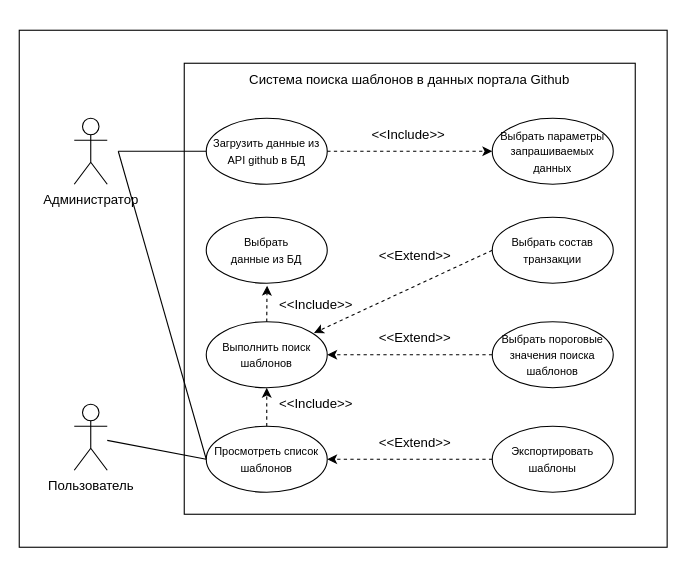
This is docs/Диаграмма вариантов использования.drawio from Santiperro/final-qualifying-work, a draw.io file, before an edit. Source tidied: cells renumbered, new cells numbered last; positions are measured from the earlier drawing's top-left corner, leaving out a move shared by most shapes. Both pictures are drawn from the tidied source at 110%, with x=0, y=0 at pixel (19, 30).
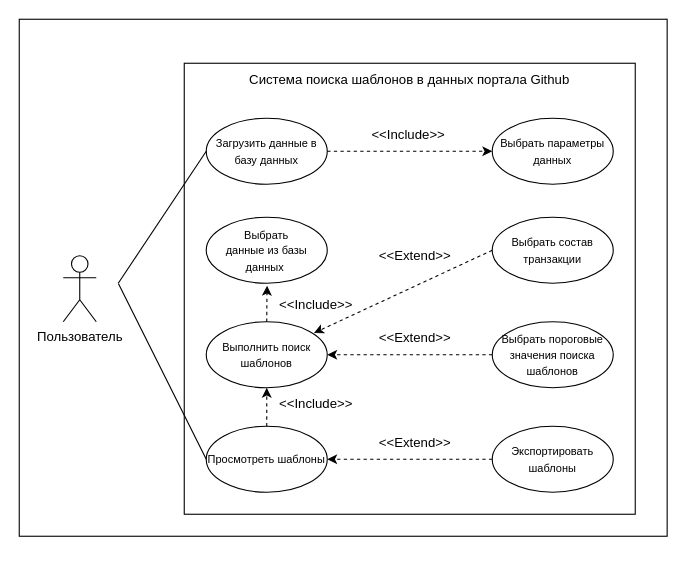
The same diagram, later.

What changed in the source:
```diff
@@
     <mxCell id="2" style="rounded=0;whiteSpace=wrap;html=1;" parent="1" vertex="1">
-      <mxGeometry width="589" height="470" as="geometry" />
+      <mxGeometry y="-10" width="589" height="470" as="geometry" />
     </mxCell>
-    <mxCell id="3" value="Пользователь" style="shape=umlActor;verticalLabelPosition=bottom;verticalAlign=top;html=1;outlineConnect=0;" parent="1" vertex="1">
-      <mxGeometry x="50" y="340" width="30" height="60" as="geometry" />
-    </mxCell>
@@
-    <mxCell id="6" value="&lt;font style=&quot;font-size: 10px;&quot;&gt;Загрузить данные из API github в БД&lt;br&gt;&lt;/font&gt;" style="ellipse;whiteSpace=wrap;html=1;" parent="1" vertex="1">
+    <mxCell id="6" value="&lt;font style=&quot;font-size: 10px;&quot;&gt;Загрузить данные в базу данных&lt;br&gt;&lt;/font&gt;" style="ellipse;whiteSpace=wrap;html=1;" parent="1" vertex="1">
       <mxGeometry x="170" y="80" width="110" height="60" as="geometry" />
     </mxCell>
-    <mxCell id="7" value="&lt;font style=&quot;font-size: 10px;&quot;&gt;Выбрать параметры запрашиваемых данных&lt;/font&gt;" style="ellipse;whiteSpace=wrap;html=1;" parent="1" vertex="1">
+    <mxCell id="7" value="&lt;font style=&quot;font-size: 10px;&quot;&gt;Выбрать параметры данных&lt;/font&gt;" style="ellipse;whiteSpace=wrap;html=1;" parent="1" vertex="1">
       <mxGeometry x="430" y="80" width="110" height="60" as="geometry" />
     </mxCell>
-    <mxCell id="8" style="endArrow=none;html=1;rounded=0;fontSize=10;jumpStyle=arc;entryX=0;entryY=0.5;entryDx=0;entryDy=0;" parent="1" edge="1" source="3" target="22">
-      <mxGeometry relative="1" as="geometry" />
-    </mxCell>
@@
-    <mxCell id="11" value="Администратор&lt;br&gt;" style="shape=umlActor;verticalLabelPosition=bottom;verticalAlign=top;html=1;" parent="1" vertex="1">
-      <mxGeometry x="50" y="80" width="30" height="60" as="geometry" />
+    <mxCell id="11" value="Пользователь" style="shape=umlActor;verticalLabelPosition=bottom;verticalAlign=top;html=1;" parent="1" vertex="1">
+      <mxGeometry x="40" y="205" width="30" height="60" as="geometry" />
     </mxCell>
     <mxCell id="12" style="endArrow=none;html=1;rounded=0;exitX=0;exitY=0.5;exitDx=0;exitDy=0;" parent="1" edge="1" source="6">
       <mxGeometry relative="1" as="geometry">
-        <mxPoint x="90" y="110" as="targetPoint" />
+        <mxPoint x="90" y="230" as="targetPoint" />
       </mxGeometry>
     </mxCell>
@@
-    <mxCell id="22" value="&lt;font style=&quot;font-size: 10px;&quot;&gt;Просмотреть список шаблонов&lt;br&gt;&lt;/font&gt;" style="ellipse;whiteSpace=wrap;html=1;" parent="1" vertex="1">
+    <mxCell id="22" value="&lt;font style=&quot;font-size: 10px;&quot;&gt;Просмотреть шаблоны&lt;br&gt;&lt;/font&gt;" style="ellipse;whiteSpace=wrap;html=1;" parent="1" vertex="1">
       <mxGeometry x="170" y="360" width="110" height="60" as="geometry" />
     </mxCell>
@@
-    <mxCell id="24" style="endArrow=none;html=1;rounded=0;exitX=0;exitY=0.5;exitDx=0;exitDy=0;" parent="1" edge="1" source="22">
-      <mxGeometry relative="1" as="geometry">
-        <mxPoint x="90" y="110" as="targetPoint" />
-      </mxGeometry>
+    <mxCell id="24" style="endArrow=none;html=1;rounded=0;exitX=0;exitY=0.5;exitDx=0;exitDy=0;entryX=0.153;entryY=0.511;entryDx=0;entryDy=0;entryPerimeter=0;" parent="1" edge="1" source="22" target="2">
+      <mxGeometry relative="1" as="geometry" />
     </mxCell>
-    <mxCell id="25" value="&lt;font style=&quot;font-size: 10px;&quot;&gt;Выбрать &lt;br&gt;данные&amp;nbsp;из БД&lt;br&gt;&lt;/font&gt;" style="ellipse;whiteSpace=wrap;html=1;" parent="1" vertex="1">
+    <mxCell id="25" value="&lt;font style=&quot;font-size: 10px;&quot;&gt;Выбрать &lt;br&gt;данные&amp;nbsp;из базы данных&amp;nbsp;&lt;br&gt;&lt;/font&gt;" style="ellipse;whiteSpace=wrap;html=1;" parent="1" vertex="1">
       <mxGeometry x="170" y="170" width="110" height="60" as="geometry" />
     </mxCell>
```
